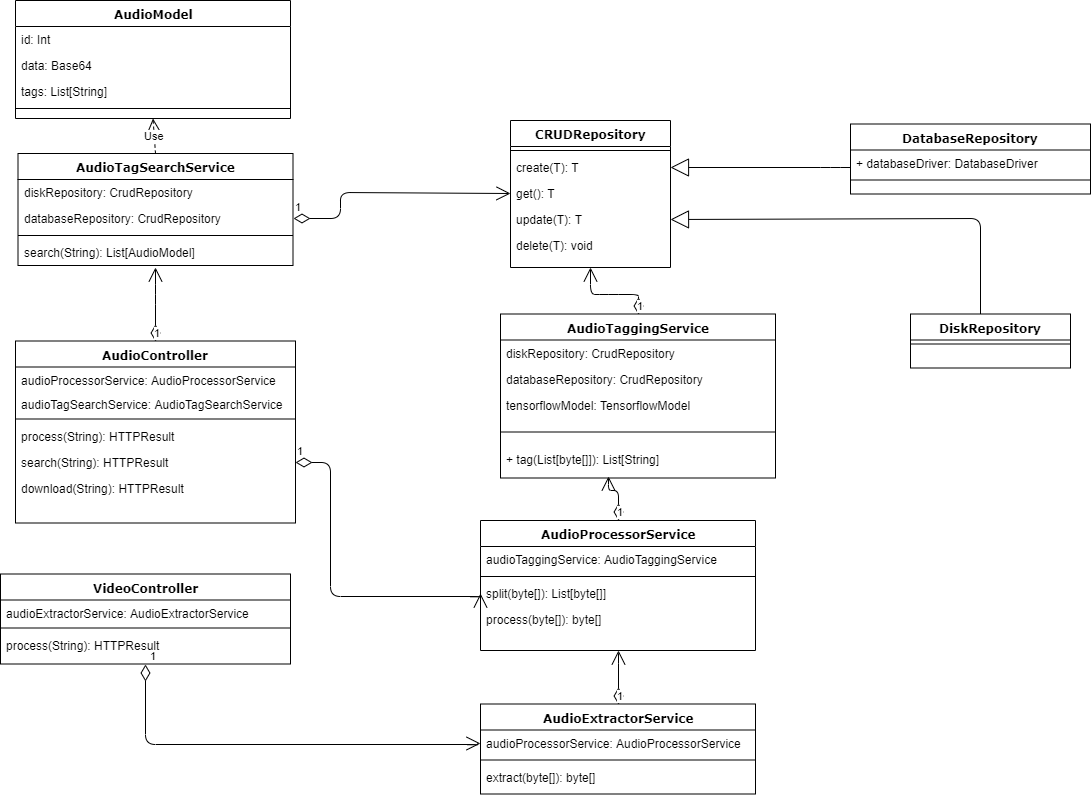
This is architecture/backend/backend-class-diagram.png from gabrielxzc/moc1-aset-project, a draw.io export, as it was before one commit. Source tidied: cells renumbered, new cells last; positions are measured from the earlier drawing's top-left corner, leaving out a move shared by most shapes.
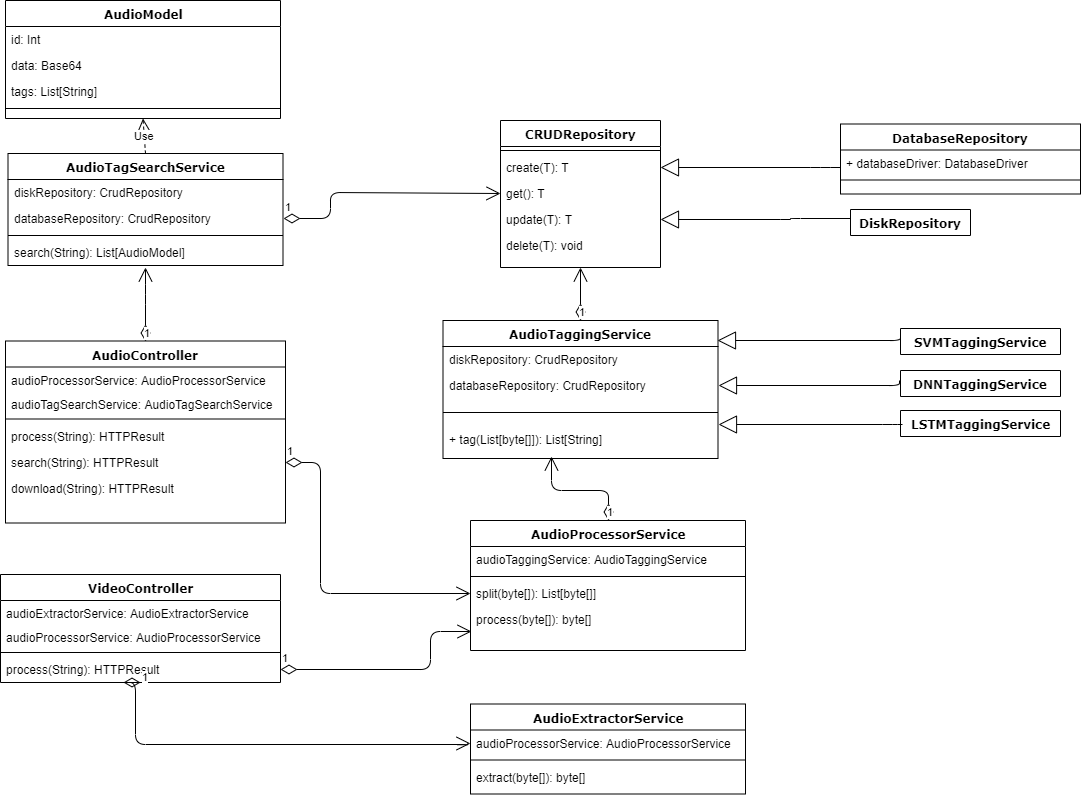
After the change.

Commit message:
added high level component diagram

The edit, as a diff of the source:
```diff
@@ -44,16 +44,15 @@
     <mxCell id="15" style="edgeStyle=orthogonalEdgeStyle;html=1;labelBackgroundColor=none;startFill=0;startSize=8;endArrow=block;endFill=0;endSize=16;fontFamily=Verdana;fontSize=12;entryX=1;entryY=0.5;entryDx=0;entryDy=0;" parent="1" edge="1" source="16" target="6">
       <mxGeometry relative="1" as="geometry">
         <Array as="points">
-          <mxPoint x="980" y="217.5" />
+          <mxPoint x="900" y="218" />
+          <mxPoint x="800" y="218" />
+          <mxPoint x="800" y="219" />
         </Array>
       </mxGeometry>
     </mxCell>
-    <mxCell id="16" value="DiskRepository" style="swimlane;html=1;fontStyle=1;align=center;verticalAlign=top;horizontal=1;startSize=26;swimlaneFillColor=#ffffff;rounded=0;shadow=0;comic=0;labelBackgroundColor=none;strokeColor=#000000;strokeWidth=1;fillColor=none;fontFamily=Verdana;fontSize=12;fontColor=#000000;" parent="1" vertex="1">
-      <mxGeometry x="910" y="313.5" width="160" height="54" as="geometry" />
+    <mxCell id="16" value="DiskRepository" style="swimlane;html=1;fontStyle=1;align=center;verticalAlign=top;horizontal=1;startSize=26;swimlaneFillColor=#ffffff;rounded=0;shadow=0;comic=0;labelBackgroundColor=none;strokeColor=#000000;strokeWidth=1;fillColor=none;fontFamily=Verdana;fontSize=12;fontColor=#000000;" parent="1" vertex="1" collapsed="1">
+      <mxGeometry x="860" y="209" width="120" height="26" as="geometry" />
     </mxCell>
-    <mxCell id="17" style="line;html=1;strokeWidth=1;fillColor=none;align=left;verticalAlign=middle;spacingTop=-1;spacingLeft=3;spacingRight=3;labelPosition=right;" parent="16" vertex="1">
-      <mxGeometry y="26" width="160" height="8" as="geometry" />
-    </mxCell>
     <mxCell id="18" style="edgeStyle=orthogonalEdgeStyle;html=1;labelBackgroundColor=none;startFill=0;startSize=8;endArrow=block;endFill=0;endSize=16;fontFamily=Verdana;fontSize=12;entryX=1;entryY=0.5;entryDx=0;entryDy=0;" parent="1" edge="1" source="19" target="4">
       <mxGeometry relative="1" as="geometry">
         <Array as="points">
@@ -87,16 +86,19 @@
       <mxGeometry y="86" width="275" height="26" as="geometry" />
     </mxCell>
     <mxCell id="27" value="VideoController" style="swimlane;html=1;fontStyle=1;align=center;verticalAlign=top;horizontal=1;startSize=26;swimlaneFillColor=#ffffff;rounded=0;shadow=0;comic=0;labelBackgroundColor=none;strokeColor=#000000;strokeWidth=1;fillColor=none;fontFamily=Verdana;fontSize=12;fontColor=#000000;" parent="1" vertex="1">
-      <mxGeometry y="573.5" width="290" height="90" as="geometry" />
+      <mxGeometry x="10" y="574" width="280" height="108" as="geometry" />
     </mxCell>
     <mxCell id="28" value="audioExtractorService: AudioExtractorService" style="text;html=1;strokeColor=none;fillColor=none;align=left;verticalAlign=top;spacingLeft=4;spacingRight=4;whiteSpace=wrap;overflow=hidden;" parent="27" vertex="1">
-      <mxGeometry y="26" width="290" height="24" as="geometry" />
+      <mxGeometry y="26" width="280" height="24" as="geometry" />
     </mxCell>
+    <mxCell id="59" value="audioProcessorService: AudioProcessorService" style="text;html=1;strokeColor=none;fillColor=none;align=left;verticalAlign=top;spacingLeft=4;spacingRight=4;whiteSpace=wrap;overflow=hidden;" parent="27" vertex="1">
+      <mxGeometry y="50" width="280" height="24" as="geometry" />
+    </mxCell>
     <mxCell id="29" style="line;html=1;strokeWidth=1;fillColor=none;align=left;verticalAlign=middle;spacingTop=-1;spacingLeft=3;spacingRight=3;labelPosition=right;" parent="27" vertex="1">
-      <mxGeometry y="50" width="290" height="8" as="geometry" />
+      <mxGeometry y="74" width="280" height="8" as="geometry" />
     </mxCell>
     <mxCell id="30" value="process(String): HTTPResult" style="text;html=1;strokeColor=none;fillColor=none;align=left;verticalAlign=top;spacingLeft=4;spacingRight=4;whiteSpace=wrap;overflow=hidden;points=[[0,0.5],[1,0.5]];portConstraint=eastwest;" parent="27" vertex="1">
-      <mxGeometry y="58" width="290" height="26" as="geometry" />
+      <mxGeometry y="82" width="280" height="26" as="geometry" />
     </mxCell>
     <mxCell id="31" value="AudioExtractorService" style="swimlane;html=1;fontStyle=1;align=center;verticalAlign=top;horizontal=1;startSize=26;swimlaneFillColor=#ffffff;rounded=0;shadow=0;comic=0;labelBackgroundColor=none;strokeColor=#000000;strokeWidth=1;fillColor=none;fontFamily=Verdana;fontSize=12;fontColor=#000000;" parent="1" vertex="1">
       <mxGeometry x="480" y="703.5" width="275" height="90" as="geometry" />
@@ -111,7 +113,7 @@
       <mxGeometry y="60" width="275" height="26" as="geometry" />
     </mxCell>
     <mxCell id="35" value="AudioTaggingService" style="swimlane;html=1;fontStyle=1;align=center;verticalAlign=top;horizontal=1;startSize=26;swimlaneFillColor=#ffffff;rounded=0;shadow=0;comic=0;labelBackgroundColor=none;strokeColor=#000000;strokeWidth=1;fillColor=none;fontFamily=Verdana;fontSize=12;fontColor=#000000;" parent="1" vertex="1">
-      <mxGeometry x="500" y="313.5" width="275" height="164" as="geometry" />
+      <mxGeometry x="452.5" y="320" width="275" height="138" as="geometry" />
     </mxCell>
     <mxCell id="36" value="diskRepository: CrudRepository" style="text;html=1;strokeColor=none;fillColor=none;align=left;verticalAlign=top;spacingLeft=4;spacingRight=4;whiteSpace=wrap;overflow=hidden;" parent="35" vertex="1">
       <mxGeometry y="26" width="275" height="26" as="geometry" />
@@ -119,14 +121,11 @@
     <mxCell id="37" value="databaseRepository: CrudRepository" style="text;html=1;strokeColor=none;fillColor=none;align=left;verticalAlign=top;spacingLeft=4;spacingRight=4;whiteSpace=wrap;overflow=hidden;points=[[0,0.5],[1,0.5]];portConstraint=eastwest;" parent="35" vertex="1">
       <mxGeometry y="52" width="275" height="26" as="geometry" />
     </mxCell>
-    <mxCell id="38" value="tensorflowModel: TensorflowModel" style="text;html=1;strokeColor=none;fillColor=none;align=left;verticalAlign=top;spacingLeft=4;spacingRight=4;whiteSpace=wrap;overflow=hidden;" parent="35" vertex="1">
-      <mxGeometry y="78" width="275" height="26" as="geometry" />
-    </mxCell>
     <mxCell id="39" style="line;html=1;strokeWidth=1;fillColor=none;align=left;verticalAlign=middle;spacingTop=-1;spacingLeft=3;spacingRight=3;labelPosition=right;" parent="35" vertex="1">
-      <mxGeometry y="104" width="275" height="28" as="geometry" />
+      <mxGeometry y="78" width="275" height="28" as="geometry" />
     </mxCell>
     <mxCell id="40" value="+ tag(List[byte[]]): List[String]" style="text;html=1;strokeColor=none;fillColor=none;align=left;verticalAlign=top;spacingLeft=4;spacingRight=4;whiteSpace=wrap;overflow=hidden;points=[[0,0.5],[1,0.5]];portConstraint=eastwest;" parent="35" vertex="1">
-      <mxGeometry y="132" width="275" height="32" as="geometry" />
+      <mxGeometry y="106" width="275" height="32" as="geometry" />
     </mxCell>
     <mxCell id="41" value="AudioModel" style="swimlane;html=1;fontStyle=1;align=center;verticalAlign=top;horizontal=1;startSize=26;swimlaneFillColor=#ffffff;rounded=0;shadow=0;comic=0;labelBackgroundColor=none;strokeColor=#000000;strokeWidth=1;fillColor=none;fontFamily=Verdana;fontSize=12;fontColor=#000000;" parent="1" vertex="1">
       <mxGeometry x="15" width="275" height="118" as="geometry" />
@@ -173,8 +172,8 @@
     <mxCell id="53" value="1" style="endArrow=open;html=1;endSize=12;startArrow=diamondThin;startSize=14;startFill=0;edgeStyle=orthogonalEdgeStyle;align=left;verticalAlign=bottom;entryX=0;entryY=0.5;entryDx=0;entryDy=0;exitX=1;exitY=0.5;exitDx=0;exitDy=0;" parent="1" edge="1" source="13" target="25">
       <mxGeometry x="-1" y="3" relative="1" as="geometry">
         <Array as="points">
-          <mxPoint x="330" y="461.5" />
-          <mxPoint x="330" y="595.5" />
+          <mxPoint x="330" y="462" />
+          <mxPoint x="330" y="593" />
         </Array>
       </mxGeometry>
     </mxCell>
@@ -190,7 +189,7 @@
       <mxGeometry x="-1" y="3" relative="1" as="geometry">
         <Array as="points">
           <mxPoint x="618" y="490" />
-          <mxPoint x="608" y="490" />
+          <mxPoint x="561" y="490" />
         </Array>
       </mxGeometry>
     </mxCell>
@@ -205,17 +204,41 @@
     <mxCell id="57" value="1" style="endArrow=open;html=1;endSize=12;startArrow=diamondThin;startSize=14;startFill=0;edgeStyle=orthogonalEdgeStyle;align=left;verticalAlign=bottom;entryX=0.5;entryY=1;entryDx=0;entryDy=0;exitX=0.5;exitY=0;exitDx=0;exitDy=0;" parent="1" edge="1" source="35" target="2">
       <mxGeometry x="-1" y="3" relative="1" as="geometry">
         <Array as="points">
-          <mxPoint x="608" y="293.5" />
-          <mxPoint x="608" y="293.5" />
+          <mxPoint x="590" y="320" />
+          <mxPoint x="590" y="267" />
         </Array>
       </mxGeometry>
     </mxCell>
-    <mxCell id="58" value="1" style="endArrow=open;html=1;endSize=12;startArrow=diamondThin;startSize=14;startFill=0;edgeStyle=orthogonalEdgeStyle;align=left;verticalAlign=bottom;entryX=0.5;entryY=1;entryDx=0;entryDy=0;exitX=0.5;exitY=0;exitDx=0;exitDy=0;" parent="1" edge="1" source="31" target="22">
+    <mxCell id="58" value="1" style="endArrow=open;html=1;endSize=12;startArrow=diamondThin;startSize=14;startFill=0;edgeStyle=orthogonalEdgeStyle;align=left;verticalAlign=bottom;exitX=1;exitY=0.5;exitDx=0;exitDy=0;entryX=0.003;entryY=0.977;entryDx=0;entryDy=0;entryPerimeter=0;" parent="1" edge="1" source="30" target="26">
       <mxGeometry x="-1" y="3" relative="1" as="geometry">
         <Array as="points">
-          <mxPoint x="618" y="653" />
+          <mxPoint x="440" y="669" />
+          <mxPoint x="440" y="631" />
         </Array>
       </mxGeometry>
     </mxCell>
+    <mxCell id="60" style="edgeStyle=orthogonalEdgeStyle;html=1;labelBackgroundColor=none;startFill=0;startSize=8;endArrow=block;endFill=0;endSize=16;fontFamily=Verdana;fontSize=12;entryX=0.999;entryY=0.146;entryDx=0;entryDy=0;entryPerimeter=0;exitX=0;exitY=0.25;exitDx=0;exitDy=0;" parent="1" edge="1" source="61" target="35">
+      <mxGeometry relative="1" as="geometry">
+        <Array as="points">
+          <mxPoint x="910" y="340" />
+        </Array>
+      </mxGeometry>
+    </mxCell>
+    <mxCell id="61" value="SVMTaggingService" style="swimlane;html=1;fontStyle=1;align=center;verticalAlign=top;horizontal=1;startSize=26;swimlaneFillColor=#ffffff;rounded=0;shadow=0;comic=0;labelBackgroundColor=none;strokeColor=#000000;strokeWidth=1;fillColor=none;fontFamily=Verdana;fontSize=12;fontColor=#000000;" parent="1" vertex="1" collapsed="1">
+      <mxGeometry x="910" y="328" width="160" height="26" as="geometry" />
+    </mxCell>
+    <mxCell id="62" value="DNNTaggingService" style="swimlane;html=1;fontStyle=1;align=center;verticalAlign=top;horizontal=1;startSize=26;swimlaneFillColor=#ffffff;rounded=0;shadow=0;comic=0;labelBackgroundColor=none;strokeColor=#000000;strokeWidth=1;fillColor=none;fontFamily=Verdana;fontSize=12;fontColor=#000000;" parent="1" vertex="1" collapsed="1">
+      <mxGeometry x="910" y="370" width="160" height="26" as="geometry" />
+    </mxCell>
+    <mxCell id="63" style="edgeStyle=orthogonalEdgeStyle;html=1;labelBackgroundColor=none;startFill=0;startSize=8;endArrow=block;endFill=0;endSize=16;fontFamily=Verdana;fontSize=12;entryX=1;entryY=0.5;entryDx=0;entryDy=0;exitX=-0.009;exitY=0.397;exitDx=0;exitDy=0;exitPerimeter=0;" parent="1" edge="1" source="62" target="37">
+      <mxGeometry relative="1" as="geometry">
+        <Array as="points">
+          <mxPoint x="909" y="385" />
+        </Array>
+      </mxGeometry>
+    </mxCell>
+    <mxCell id="64" value="LSTMTaggingService" style="swimlane;html=1;fontStyle=1;align=center;verticalAlign=top;horizontal=1;startSize=26;swimlaneFillColor=#ffffff;rounded=0;shadow=0;comic=0;labelBackgroundColor=none;strokeColor=#000000;strokeWidth=1;fillColor=none;fontFamily=Verdana;fontSize=12;fontColor=#000000;" parent="1" vertex="1" collapsed="1">
+      <mxGeometry x="910" y="410" width="160" height="26" as="geometry" />
+    </mxCell>
   </root>
 </mxGraphModel>
```
